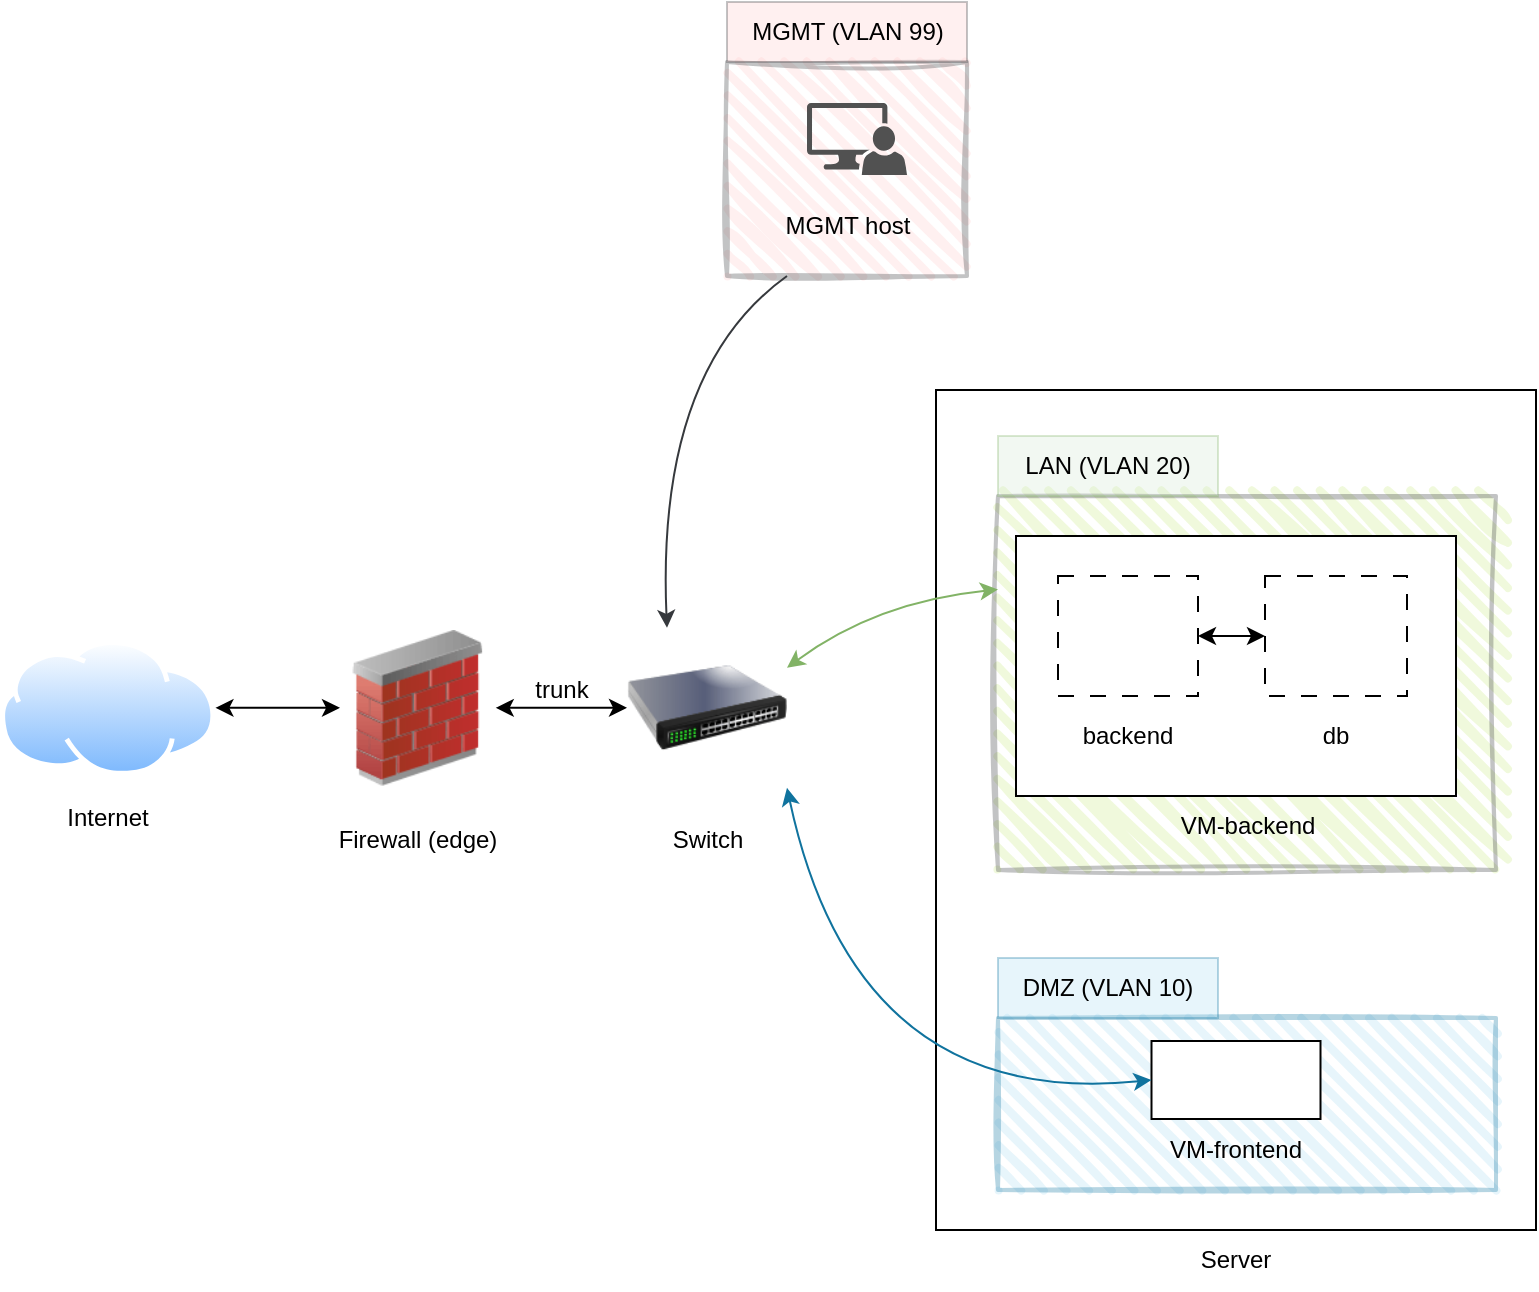
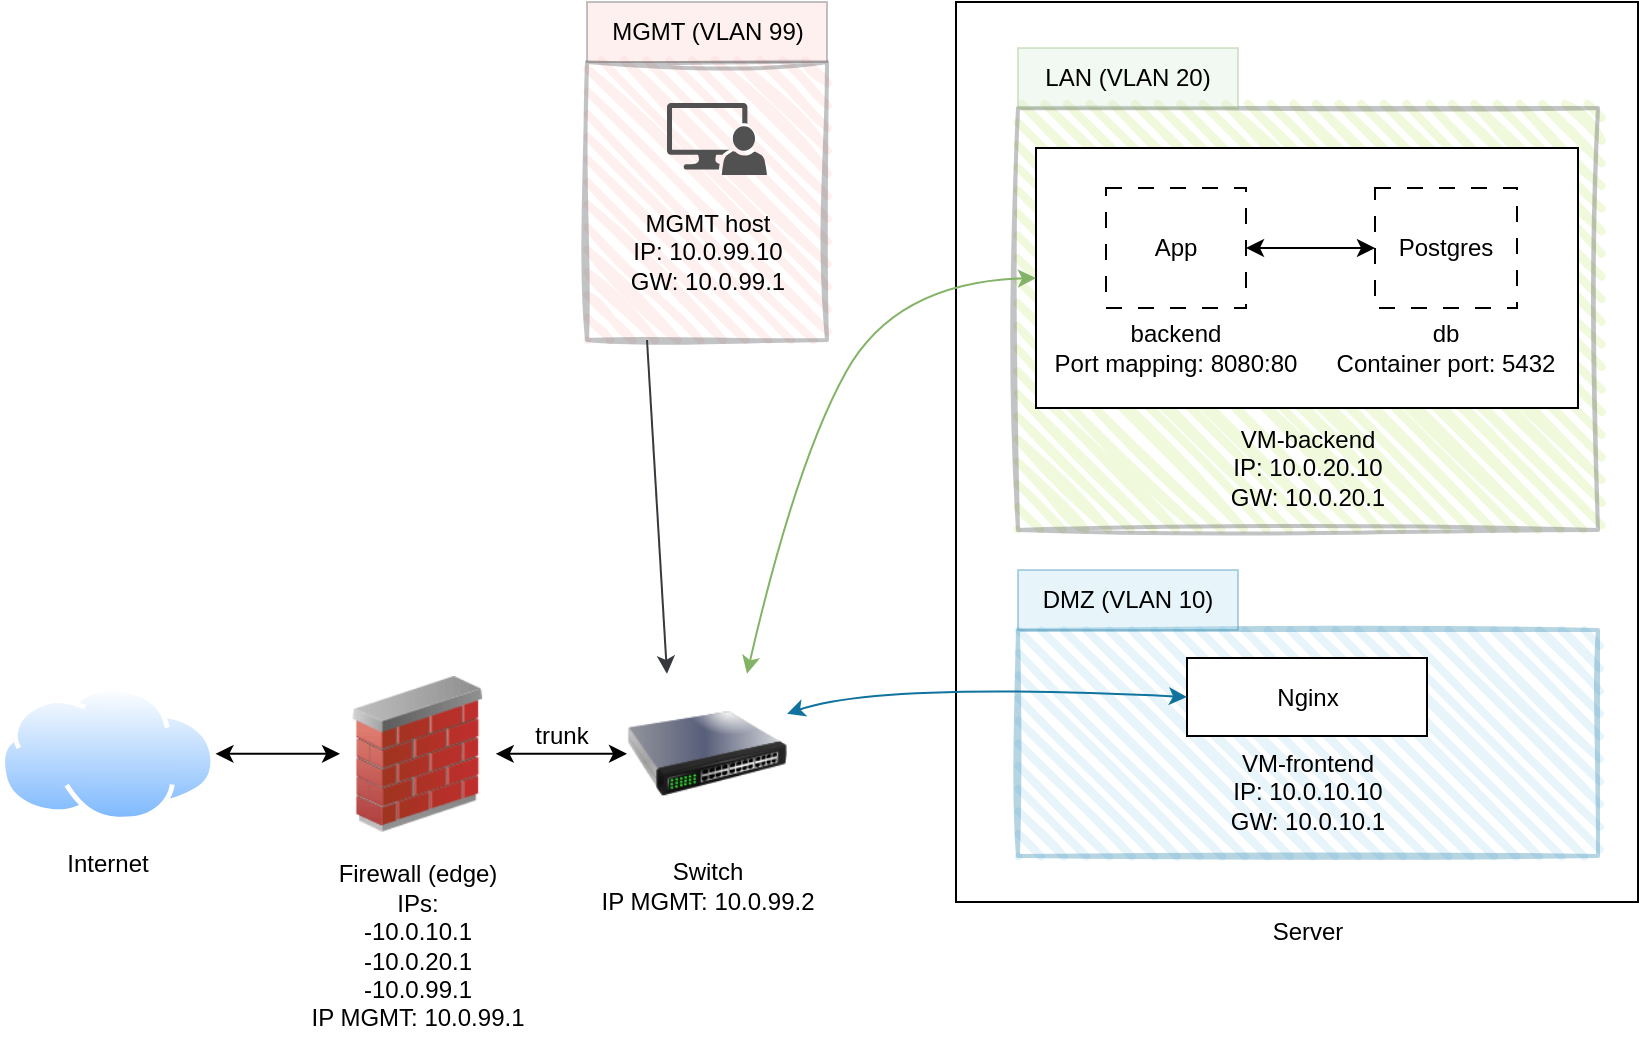
<mxfile host="app.diagrams.net">
  <diagram name="Strona-1" id="fVgJJqSeja9O-3jmhPsm">
    <mxGraphModel dx="1488" dy="821" grid="1" gridSize="10" guides="1" tooltips="1" connect="1" arrows="1" fold="1" page="1" pageScale="1" pageWidth="827" pageHeight="1169" math="0" shadow="0">
      <root>
        <mxCell id="0" />
        <mxCell id="1" parent="0" />
        <mxCell id="23KojjiFSHcbRn-2ENVF-6" parent="1" style="rounded=0;whiteSpace=wrap;html=1;strokeWidth=2;fillWeight=4;hachureGap=8;hachureAngle=45;fillColor=#ffcccc;strokeColor=#36393d;sketch=1;curveFitting=1;jiggle=2;opacity=30;" value="" vertex="1">
-           <mxGeometry height="107" width="120" x="365.5" y="56" as="geometry" />
+           <mxGeometry height="139" width="120" x="295.5" y="33" as="geometry" />
        </mxCell>
        <mxCell id="23KojjiFSHcbRn-2ENVF-2" parent="1" style="image;aspect=fixed;perimeter=ellipsePerimeter;html=1;align=center;shadow=0;dashed=0;spacingTop=3;image=img/lib/active_directory/internet_cloud.svg;" value="" vertex="1">
          <mxGeometry height="67.87" width="107.73" x="2" y="345" as="geometry" />
        </mxCell>
        <mxCell id="23KojjiFSHcbRn-2ENVF-3" parent="1" style="image;html=1;image=img/lib/clip_art/networking/Firewall_02_128x128.png" value="" vertex="1">
          <mxGeometry height="77.87" width="77.87" x="172" y="340" as="geometry" />
        </mxCell>
        <mxCell id="23KojjiFSHcbRn-2ENVF-5" parent="1" style="rounded=0;whiteSpace=wrap;html=1;" value="" vertex="1">
-           <mxGeometry height="420" width="300" x="470" y="220" as="geometry" />
+           <mxGeometry height="450" width="341" x="480" y="3" as="geometry" />
        </mxCell>
        <mxCell id="23KojjiFSHcbRn-2ENVF-4" parent="1" style="image;html=1;image=img/lib/clip_art/networking/Switch_128x128.png" value="" vertex="1">
          <mxGeometry height="80" width="80" x="315.5" y="338.93" as="geometry" />
        </mxCell>
        <mxCell id="23KojjiFSHcbRn-2ENVF-7" parent="1" style="text;html=1;whiteSpace=wrap;strokeColor=none;fillColor=none;align=center;verticalAlign=middle;rounded=0;autosize=1;resizable=0;" value="&lt;div&gt;Server&lt;/div&gt;" vertex="1">
-           <mxGeometry height="30" width="60" x="590" y="640" as="geometry" />
+           <mxGeometry height="30" width="60" x="626" y="453" as="geometry" />
        </mxCell>
        <mxCell id="23KojjiFSHcbRn-2ENVF-8" parent="1" style="text;html=1;whiteSpace=wrap;strokeColor=none;fillColor=none;align=center;verticalAlign=middle;rounded=0;autosize=1;resizable=0;" value="Internet" vertex="1">
          <mxGeometry height="30" width="60" x="25.870000000000005" y="418.93" as="geometry" />
        </mxCell>
-         <mxCell id="23KojjiFSHcbRn-2ENVF-9" parent="1" style="text;html=1;whiteSpace=wrap;strokeColor=none;fillColor=none;align=center;verticalAlign=middle;rounded=0;autosize=1;resizable=0;" value="&lt;div&gt;Firewall (edge)&lt;/div&gt;" vertex="1">
-           <mxGeometry height="30" width="100" x="160.94" y="430" as="geometry" />
+         <mxCell id="23KojjiFSHcbRn-2ENVF-9" parent="1" style="text;html=1;whiteSpace=wrap;strokeColor=none;fillColor=none;align=center;verticalAlign=middle;rounded=0;autosize=1;resizable=0;" value="&lt;div&gt;Firewall (edge)&lt;/div&gt;&lt;div&gt;IPs:&lt;/div&gt;&lt;div&gt;-10.0.10.1&lt;/div&gt;&lt;div&gt;-10.0.20.1&lt;/div&gt;&lt;div&gt;-10.0.99.1&lt;/div&gt;&lt;div&gt;IP MGMT: 10.0.99.1&lt;/div&gt;" vertex="1">
+           <mxGeometry height="100" width="130" x="145.93" y="425" as="geometry" />
        </mxCell>
-         <mxCell id="23KojjiFSHcbRn-2ENVF-10" parent="1" style="text;html=1;whiteSpace=wrap;strokeColor=none;fillColor=none;align=center;verticalAlign=middle;rounded=0;autosize=1;resizable=0;" value="&lt;div&gt;Switch&lt;/div&gt;" vertex="1">
-           <mxGeometry height="30" width="60" x="325.5" y="430" as="geometry" />
+         <mxCell id="23KojjiFSHcbRn-2ENVF-10" parent="1" style="text;html=1;whiteSpace=wrap;strokeColor=none;fillColor=none;align=center;verticalAlign=middle;rounded=0;autosize=1;resizable=0;" value="&lt;div&gt;Switch&lt;/div&gt;IP MGMT: 10.0.99.2" vertex="1">
+           <mxGeometry height="40" width="130" x="290.5" y="425" as="geometry" />
        </mxCell>
        <mxCell id="23KojjiFSHcbRn-2ENVF-11" edge="1" parent="1" source="23KojjiFSHcbRn-2ENVF-2" style="endArrow=classic;html=1;rounded=0;exitX=1;exitY=0.5;exitDx=0;exitDy=0;entryX=0;entryY=0.5;entryDx=0;entryDy=0;endFill=1;startArrow=classic;startFill=1;" target="23KojjiFSHcbRn-2ENVF-3" value="">
          <mxGeometry height="50" relative="1" width="50" as="geometry">
            <mxPoint x="122" y="545" as="sourcePoint" />
            <mxPoint x="172" y="495" as="targetPoint" />
          </mxGeometry>
        </mxCell>
        <mxCell id="23KojjiFSHcbRn-2ENVF-12" edge="1" parent="1" source="23KojjiFSHcbRn-2ENVF-3" style="endArrow=classic;html=1;rounded=0;exitX=1;exitY=0.5;exitDx=0;exitDy=0;entryX=0;entryY=0.5;entryDx=0;entryDy=0;startArrow=classic;startFill=1;endFill=1;" target="23KojjiFSHcbRn-2ENVF-4" value="">
          <mxGeometry height="50" relative="1" width="50" as="geometry">
            <mxPoint x="272" y="505" as="sourcePoint" />
            <mxPoint x="322" y="455" as="targetPoint" />
          </mxGeometry>
        </mxCell>
        <mxCell id="23KojjiFSHcbRn-2ENVF-13" parent="1" style="sketch=0;pointerEvents=1;shadow=0;dashed=0;html=1;strokeColor=none;labelPosition=center;verticalLabelPosition=bottom;verticalAlign=top;align=center;fillColor=#515151;shape=mxgraph.mscae.system_center.admin_console" value="" vertex="1">
-           <mxGeometry height="36" width="50" x="405.5" y="76.5" as="geometry" />
+           <mxGeometry height="36" width="50" x="335.5" y="53.5" as="geometry" />
        </mxCell>
-         <mxCell id="23KojjiFSHcbRn-2ENVF-14" parent="1" style="text;html=1;whiteSpace=wrap;strokeColor=none;fillColor=none;align=center;verticalAlign=middle;rounded=0;autosize=1;resizable=0;" value="&lt;div&gt;MGMT host&lt;/div&gt;" vertex="1">
-           <mxGeometry height="30" width="90" x="380.5" y="123" as="geometry" />
+         <mxCell id="23KojjiFSHcbRn-2ENVF-14" parent="1" style="text;html=1;whiteSpace=wrap;strokeColor=none;fillColor=none;align=center;verticalAlign=middle;rounded=0;autosize=1;resizable=0;" value="&lt;div&gt;MGMT host&lt;/div&gt;&lt;div&gt;IP: 10.0.99.10&lt;/div&gt;&lt;div&gt;GW: 10.0.99.1&lt;/div&gt;" vertex="1">
+           <mxGeometry height="60" width="100" x="305.5" y="97.5" as="geometry" />
        </mxCell>
        <mxCell id="23KojjiFSHcbRn-2ENVF-17" edge="1" parent="1" source="23KojjiFSHcbRn-2ENVF-6" style="curved=1;endArrow=classic;html=1;rounded=0;exitX=0.25;exitY=1;exitDx=0;exitDy=0;entryX=0.25;entryY=0;entryDx=0;entryDy=0;endFill=1;startArrow=none;startFill=0;fillColor=#ffcccc;strokeColor=light-dark(#36393D,#660000);" target="23KojjiFSHcbRn-2ENVF-4" value="">
          <mxGeometry height="50" relative="1" width="50" as="geometry">
-             <Array as="points">
-               <mxPoint x="330" y="210" />
-             </Array>
+             <Array as="points" />
            <mxPoint x="242" y="616" as="sourcePoint" />
            <mxPoint x="292" y="566" as="targetPoint" />
          </mxGeometry>
        </mxCell>
        <mxCell id="23KojjiFSHcbRn-2ENVF-19" parent="1" style="text;html=1;whiteSpace=wrap;strokeColor=#36393d;fillColor=#ffcccc;align=center;verticalAlign=middle;rounded=0;autosize=1;resizable=0;opacity=30;" value="MGMT (VLAN 99)" vertex="1">
-           <mxGeometry height="30" width="120" x="365.5" y="26" as="geometry" />
+           <mxGeometry height="30" width="120" x="295.5" y="3" as="geometry" />
        </mxCell>
        <mxCell id="23KojjiFSHcbRn-2ENVF-25" parent="1" style="rounded=0;whiteSpace=wrap;html=1;strokeWidth=2;fillWeight=4;hachureGap=8;hachureAngle=45;fillColor=#b1ddf0;sketch=1;opacity=30;strokeColor=#10739e;" value="" vertex="1">
-           <mxGeometry height="86" width="249" x="501" y="534" as="geometry" />
+           <mxGeometry height="113" width="290" x="511" y="317" as="geometry" />
        </mxCell>
        <mxCell id="23KojjiFSHcbRn-2ENVF-20" parent="1" style="rounded=0;whiteSpace=wrap;html=1;" value="" vertex="1">
-           <mxGeometry height="39" width="84.5" x="577.75" y="545.5" as="geometry" />
+           <mxGeometry height="39" width="120" x="595.5" y="331" as="geometry" />
        </mxCell>
        <mxCell id="23KojjiFSHcbRn-2ENVF-24" parent="1" style="rounded=0;whiteSpace=wrap;html=1;strokeWidth=2;fillWeight=4;hachureGap=8;hachureAngle=45;fillColor=#cdeb8b;strokeColor=#36393d;fillStyle=auto;shadow=0;sketch=1;curveFitting=1;jiggle=2;glass=0;opacity=30;" value="" vertex="1">
-           <mxGeometry height="187" width="249" x="501" y="273" as="geometry" />
+           <mxGeometry height="211" width="290" x="511" y="56" as="geometry" />
        </mxCell>
        <mxCell id="23KojjiFSHcbRn-2ENVF-21" parent="1" style="rounded=0;whiteSpace=wrap;html=1;" value="" vertex="1">
-           <mxGeometry height="130" width="220" x="510" y="293" as="geometry" />
+           <mxGeometry height="130" width="271" x="520" y="76" as="geometry" />
        </mxCell>
-         <mxCell id="23KojjiFSHcbRn-2ENVF-23" parent="1" style="text;html=1;whiteSpace=wrap;strokeColor=none;fillColor=none;align=center;verticalAlign=middle;rounded=0;autosize=1;resizable=0;" value="&lt;div&gt;VM-backend&lt;/div&gt;" vertex="1">
-           <mxGeometry height="30" width="90" x="580.5" y="423" as="geometry" />
+         <mxCell id="23KojjiFSHcbRn-2ENVF-23" parent="1" style="text;html=1;whiteSpace=wrap;strokeColor=none;fillColor=none;align=center;verticalAlign=middle;rounded=0;autosize=1;resizable=0;" value="&lt;div&gt;VM-backend&lt;/div&gt;&lt;div&gt;IP: 10.0.20.10&lt;/div&gt;&lt;div&gt;GW: 10.0.20.1&lt;/div&gt;" vertex="1">
+           <mxGeometry height="60" width="100" x="606" y="206" as="geometry" />
        </mxCell>
-         <mxCell id="23KojjiFSHcbRn-2ENVF-22" parent="1" style="text;html=1;whiteSpace=wrap;strokeColor=none;fillColor=none;align=center;verticalAlign=middle;rounded=0;" value="&lt;div&gt;VM-frontend&lt;/div&gt;" vertex="1">
-           <mxGeometry height="30" width="90" x="575" y="585" as="geometry" />
+         <mxCell id="23KojjiFSHcbRn-2ENVF-22" parent="1" style="text;html=1;whiteSpace=wrap;strokeColor=none;fillColor=none;align=center;verticalAlign=middle;rounded=0;" value="&lt;div&gt;VM-frontend&lt;/div&gt;&lt;div&gt;IP: 10.0.10.10&lt;/div&gt;&lt;div&gt;GW: 10.0.10.1&lt;/div&gt;" vertex="1">
+           <mxGeometry height="30" width="90" x="611" y="383" as="geometry" />
        </mxCell>
        <mxCell id="23KojjiFSHcbRn-2ENVF-26" parent="1" style="text;html=1;whiteSpace=wrap;strokeColor=#10739e;fillColor=#b1ddf0;align=center;verticalAlign=middle;rounded=0;autosize=1;resizable=0;opacity=30;" value="DMZ (VLAN 10)" vertex="1">
-           <mxGeometry height="30" width="110" x="501" y="504" as="geometry" />
+           <mxGeometry height="30" width="110" x="511" y="287" as="geometry" />
        </mxCell>
        <mxCell id="23KojjiFSHcbRn-2ENVF-29" parent="1" style="text;html=1;whiteSpace=wrap;strokeColor=#82b366;fillColor=#d5e8d4;align=center;verticalAlign=middle;rounded=0;autosize=1;resizable=0;opacity=30;" value="LAN (VLAN 20)" vertex="1">
-           <mxGeometry height="30" width="110" x="501" y="243" as="geometry" />
+           <mxGeometry height="30" width="110" x="511" y="26" as="geometry" />
        </mxCell>
        <mxCell id="23KojjiFSHcbRn-2ENVF-30" parent="1" style="rounded=0;whiteSpace=wrap;html=1;dashed=1;dashPattern=8 8;" value="" vertex="1">
-           <mxGeometry height="60" width="70" x="531" y="313" as="geometry" />
+           <mxGeometry height="60" width="70" x="555" y="96" as="geometry" />
        </mxCell>
-         <mxCell id="23KojjiFSHcbRn-2ENVF-32" parent="1" style="text;html=1;whiteSpace=wrap;strokeColor=none;fillColor=none;align=center;verticalAlign=middle;rounded=0;autosize=1;resizable=0;" value="&lt;div&gt;backend&lt;/div&gt;" vertex="1">
-           <mxGeometry height="30" width="70" x="531" y="378" as="geometry" />
+         <mxCell id="23KojjiFSHcbRn-2ENVF-32" parent="1" style="text;html=1;whiteSpace=wrap;strokeColor=none;fillColor=none;align=center;verticalAlign=middle;rounded=0;autosize=1;resizable=0;" value="&lt;div&gt;backend&lt;/div&gt;Port mapping: 8080:80" vertex="1">
+           <mxGeometry height="40" width="140" x="520" y="156" as="geometry" />
        </mxCell>
        <mxCell id="23KojjiFSHcbRn-2ENVF-33" parent="1" style="rounded=0;whiteSpace=wrap;html=1;dashed=1;dashPattern=8 8;" value="" vertex="1">
-           <mxGeometry height="60" width="71" x="634.5" y="313" as="geometry" />
+           <mxGeometry height="60" width="71" x="689.5" y="96" as="geometry" />
        </mxCell>
-         <mxCell id="23KojjiFSHcbRn-2ENVF-34" parent="1" style="text;html=1;whiteSpace=wrap;strokeColor=none;fillColor=none;align=center;verticalAlign=middle;rounded=0;autosize=1;resizable=0;" value="&lt;div&gt;db&lt;/div&gt;" vertex="1">
-           <mxGeometry height="30" width="40" x="650" y="378" as="geometry" />
+         <mxCell id="23KojjiFSHcbRn-2ENVF-34" parent="1" style="text;html=1;whiteSpace=wrap;strokeColor=none;fillColor=none;align=center;verticalAlign=middle;rounded=0;autosize=1;resizable=0;" value="&lt;div&gt;db&lt;/div&gt;Container port: 5432" vertex="1">
+           <mxGeometry height="40" width="130" x="660" y="156" as="geometry" />
        </mxCell>
-         <mxCell id="23KojjiFSHcbRn-2ENVF-35" edge="1" parent="1" source="23KojjiFSHcbRn-2ENVF-4" style="curved=1;endArrow=classic;html=1;rounded=0;entryX=0;entryY=0.5;entryDx=0;entryDy=0;exitX=1;exitY=1;exitDx=0;exitDy=0;startArrow=classic;startFill=1;endFill=1;fillColor=#b1ddf0;strokeColor=#10739e;" target="23KojjiFSHcbRn-2ENVF-20" value="">
+         <mxCell id="23KojjiFSHcbRn-2ENVF-35" edge="1" parent="1" source="23KojjiFSHcbRn-2ENVF-4" style="curved=1;endArrow=classic;html=1;rounded=0;entryX=0;entryY=0.5;entryDx=0;entryDy=0;exitX=1;exitY=0.25;exitDx=0;exitDy=0;startArrow=classic;startFill=1;endFill=1;fillColor=#b1ddf0;strokeColor=#10739e;" target="23KojjiFSHcbRn-2ENVF-20" value="">
          <mxGeometry height="50" relative="1" width="50" as="geometry">
            <Array as="points">
-               <mxPoint x="430" y="580" />
+               <mxPoint x="442" y="343" />
            </Array>
            <mxPoint x="372" y="313" as="sourcePoint" />
            <mxPoint x="422" y="263" as="targetPoint" />
          </mxGeometry>
        </mxCell>
-         <mxCell id="23KojjiFSHcbRn-2ENVF-36" edge="1" parent="1" source="23KojjiFSHcbRn-2ENVF-4" style="curved=1;endArrow=classic;html=1;rounded=0;entryX=0;entryY=0.25;entryDx=0;entryDy=0;exitX=1;exitY=0.25;exitDx=0;exitDy=0;fillColor=#d5e8d4;strokeColor=#82b366;startArrow=classic;startFill=1;" target="23KojjiFSHcbRn-2ENVF-24" value="">
+         <mxCell id="23KojjiFSHcbRn-2ENVF-36" edge="1" parent="1" source="23KojjiFSHcbRn-2ENVF-4" style="curved=1;endArrow=classic;html=1;rounded=0;entryX=0;entryY=0.5;entryDx=0;entryDy=0;exitX=0.75;exitY=0;exitDx=0;exitDy=0;fillColor=#d5e8d4;strokeColor=#82b366;startArrow=classic;startFill=1;" target="23KojjiFSHcbRn-2ENVF-21" value="">
          <mxGeometry height="50" relative="1" width="50" as="geometry">
            <Array as="points">
-               <mxPoint x="440" y="326" />
+               <mxPoint x="400" y="233" />
+               <mxPoint x="450" y="143" />
            </Array>
            <mxPoint x="362" y="223" as="sourcePoint" />
            <mxPoint x="412" y="173" as="targetPoint" />
          </mxGeometry>
        </mxCell>
        <mxCell id="23KojjiFSHcbRn-2ENVF-39" edge="1" parent="1" source="23KojjiFSHcbRn-2ENVF-30" style="endArrow=classic;startArrow=classic;html=1;rounded=0;entryX=0;entryY=0.5;entryDx=0;entryDy=0;exitX=1;exitY=0.5;exitDx=0;exitDy=0;" target="23KojjiFSHcbRn-2ENVF-33" value="">
          <mxGeometry height="50" relative="1" width="50" as="geometry">
-             <mxPoint x="240" y="464" as="sourcePoint" />
-             <mxPoint x="290" y="414" as="targetPoint" />
+             <mxPoint x="250" y="247" as="sourcePoint" />
+             <mxPoint x="300" y="197" as="targetPoint" />
          </mxGeometry>
+         </mxCell>
+         <mxCell id="23KojjiFSHcbRn-2ENVF-44" parent="1" style="text;html=1;whiteSpace=wrap;strokeColor=none;fillColor=none;align=center;verticalAlign=middle;rounded=0;autosize=1;resizable=0;" value="Nginx" vertex="1">
+           <mxGeometry height="30" width="50" x="631" y="335.5" as="geometry" />
+         </mxCell>
+         <mxCell id="23KojjiFSHcbRn-2ENVF-46" parent="1" style="text;html=1;whiteSpace=wrap;strokeColor=none;fillColor=none;align=center;verticalAlign=middle;rounded=0;autosize=1;resizable=0;" value="App" vertex="1">
+           <mxGeometry height="30" width="40" x="570" y="111" as="geometry" />
+         </mxCell>
+         <mxCell id="23KojjiFSHcbRn-2ENVF-47" parent="1" style="text;html=1;whiteSpace=wrap;strokeColor=none;fillColor=none;align=center;verticalAlign=middle;rounded=0;autosize=1;resizable=0;" value="Postgres" vertex="1">
+           <mxGeometry height="30" width="70" x="690" y="111" as="geometry" />
        </mxCell>
        <mxCell id="23KojjiFSHcbRn-2ENVF-48" parent="1" style="text;html=1;whiteSpace=wrap;strokeColor=none;fillColor=none;align=center;verticalAlign=middle;rounded=0;autosize=1;resizable=0;" value="trunk" vertex="1">
          <mxGeometry height="30" width="50" x="258" y="355" as="geometry" />
        </mxCell>
      </root>
    </mxGraphModel>
  </diagram>
</mxfile>
